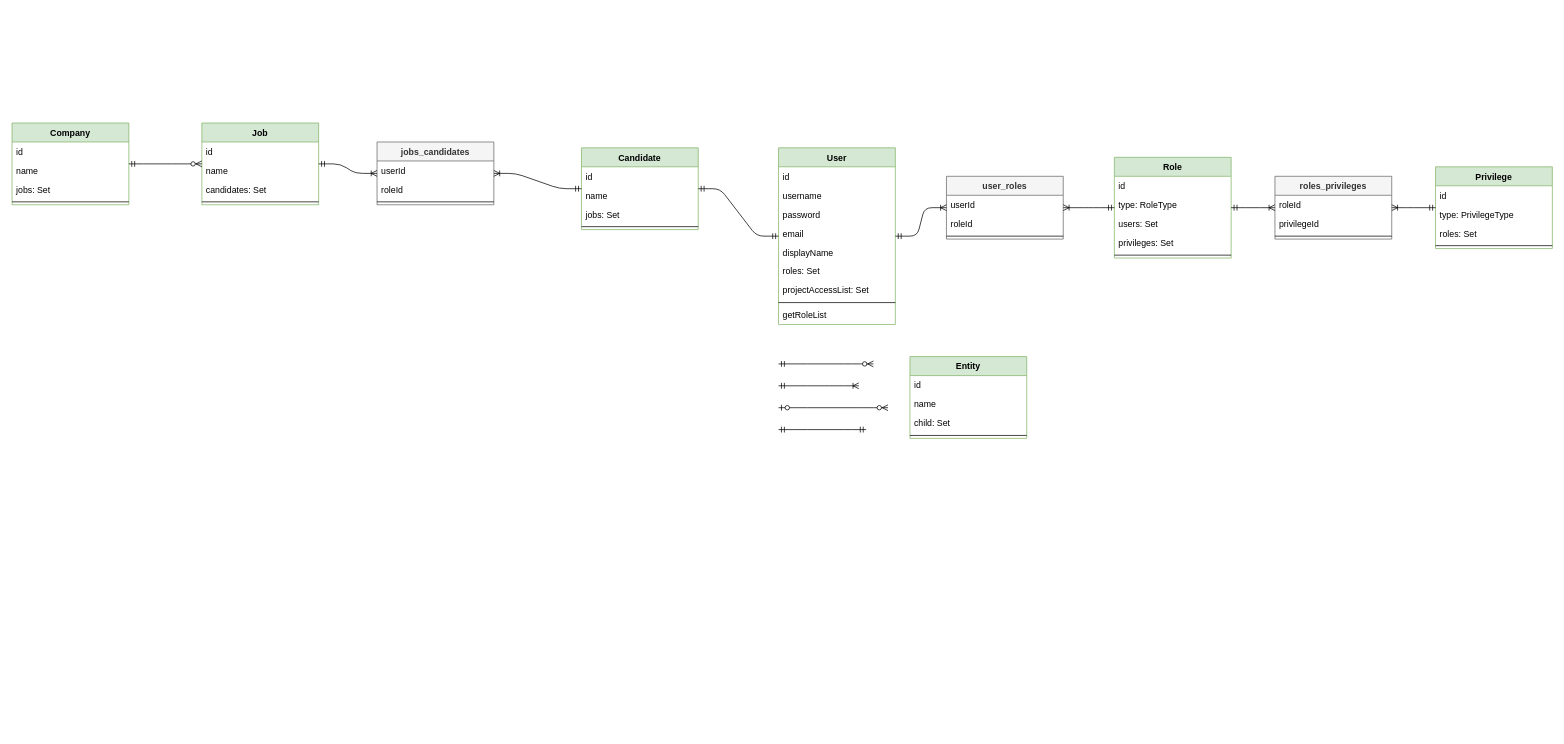
The draw.io diagram docs/3 infrastructure/database model.drawio in DavidIrm/hr-app, before the edit. Source tidied: cells renumbered, new cells numbered last; positions are measured from the earlier drawing's top-left corner, leaving out a move shared by most shapes. Both pictures are drawn from the tidied source at 73%, with x=0, y=0 at pixel (12, 123).
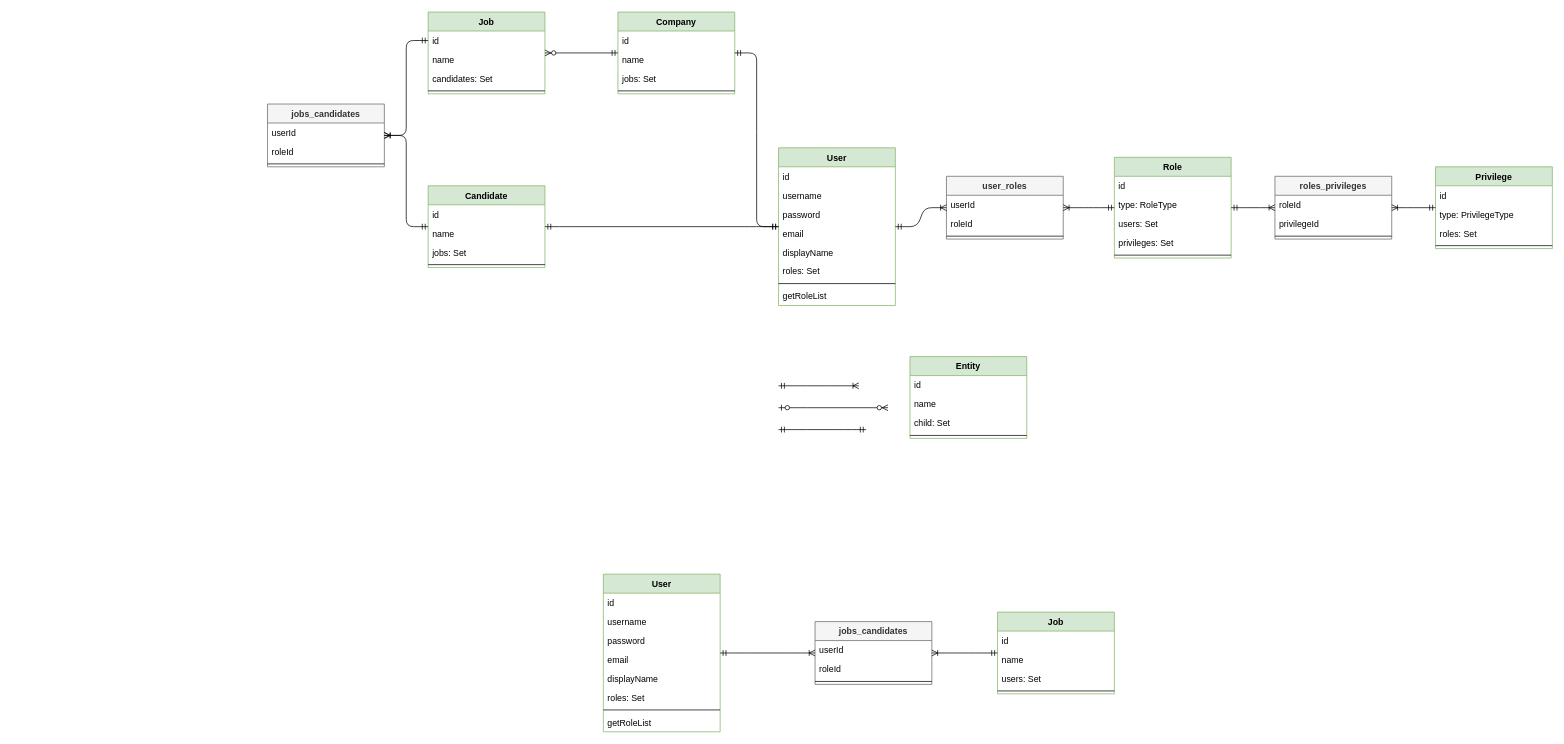
The same diagram, later.

Unchanged cells that the change refers to:
```xml
<mxCell id="39" value="id" style="text;strokeColor=none;fillColor=none;align=left;verticalAlign=top;spacingLeft=4;spacingRight=4;overflow=hidden;points=[[0,0.5],[1,0.5]];portConstraint=eastwest;" parent="38" vertex="1">
  <mxGeometry y="26" width="160" height="26" as="geometry" />
</mxCell>
```

What changed in the source:
```diff
@@
     <mxCell id="2" value="User" style="swimlane;fontStyle=1;align=center;verticalAlign=top;horizontal=1;startSize=26;fillColor=#d5e8d4;strokeColor=#82b366;" parent="1" vertex="1">
-      <mxGeometry x="1050" y="34" width="160" height="242" as="geometry" />
+      <mxGeometry x="1050" y="34" width="160" height="216" as="geometry" />
     </mxCell>
@@
-    <mxCell id="9" value="projectAccessList: Set" style="text;strokeColor=none;fillColor=none;align=left;verticalAlign=top;spacingLeft=4;spacingRight=4;overflow=hidden;" parent="2" vertex="1">
-      <mxGeometry y="182" width="160" height="26" as="geometry" />
-    </mxCell>
     <mxCell id="10" style="line;strokeWidth=1;fillColor=none;align=left;verticalAlign=middle;spacingTop=-1;spacingLeft=3;spacingRight=3;labelPosition=right;" parent="2" vertex="1">
-      <mxGeometry y="208" width="160" height="8" as="geometry" />
+      <mxGeometry y="182" width="160" height="8" as="geometry" />
     </mxCell>
     <mxCell id="11" value="getRoleList" style="text;strokeColor=none;fillColor=none;align=left;verticalAlign=top;spacingLeft=4;spacingRight=4;overflow=hidden;" parent="2" vertex="1">
-      <mxGeometry y="216" width="160" height="26" as="geometry" />
+      <mxGeometry y="190" width="160" height="26" as="geometry" />
     </mxCell>
@@
-    <mxCell id="13" style="edgeStyle=entityRelationEdgeStyle;fontSize=12;html=1;endArrow=ERzeroToMany;startArrow=ERmandOne;" parent="1" edge="1">
-      <mxGeometry relative="1" as="geometry">
-        <mxPoint x="1050" y="330" as="sourcePoint" />
-        <mxPoint x="1180" y="330" as="targetPoint" />
-      </mxGeometry>
-    </mxCell>
@@
     <mxCell id="38" value="Job" style="swimlane;fontStyle=1;align=center;verticalAlign=top;horizontal=1;startSize=26;fillColor=#d5e8d4;strokeColor=#82b366;" parent="1" vertex="1">
-      <mxGeometry x="260" width="160" height="112" as="geometry" />
+      <mxGeometry x="570" y="-152" width="160" height="112" as="geometry" />
     </mxCell>
@@
     <mxCell id="48" value="Candidate" style="swimlane;fontStyle=1;align=center;verticalAlign=top;horizontal=1;startSize=26;fillColor=#d5e8d4;strokeColor=#82b366;" parent="1" vertex="1">
-      <mxGeometry x="780" y="34" width="160" height="112" as="geometry" />
+      <mxGeometry x="570" y="86" width="160" height="112" as="geometry" />
     </mxCell>
@@
     <mxCell id="53" value="Company" style="swimlane;fontStyle=1;align=center;verticalAlign=top;horizontal=1;startSize=26;fillColor=#d5e8d4;strokeColor=#82b366;" parent="1" vertex="1">
-      <mxGeometry width="160" height="112" as="geometry" />
+      <mxGeometry x="830" y="-152" width="160" height="112" as="geometry" />
     </mxCell>
@@
     <mxCell id="59" value="jobs_candidates" style="swimlane;fontStyle=1;align=center;verticalAlign=top;horizontal=1;startSize=26;fillColor=#f5f5f5;strokeColor=#666666;fontColor=#333333;" parent="1" vertex="1">
-      <mxGeometry x="500" y="26" width="160" height="86" as="geometry" />
+      <mxGeometry x="350" y="-26" width="160" height="86" as="geometry" />
     </mxCell>
@@
-    <mxCell id="63" style="edgeStyle=entityRelationEdgeStyle;fontSize=12;html=1;endArrow=ERoneToMany;startArrow=ERmandOne;" parent="1" edge="1" source="38" target="59">
+    <mxCell id="63" style="edgeStyle=entityRelationEdgeStyle;fontSize=12;html=1;endArrow=ERoneToMany;startArrow=ERmandOne;exitX=0;exitY=0.5;exitDx=0;exitDy=0;" parent="1" edge="1" source="39" target="59">
       <mxGeometry relative="1" as="geometry" />
     </mxCell>
@@
+    <mxCell id="67" style="edgeStyle=entityRelationEdgeStyle;fontSize=12;html=1;endArrow=ERmandOne;startArrow=ERmandOne;" parent="1" edge="1" source="53" target="2">
+      <mxGeometry relative="1" as="geometry" />
+    </mxCell>
+    <mxCell id="68" value="User" style="swimlane;fontStyle=1;align=center;verticalAlign=top;horizontal=1;startSize=26;fillColor=#d5e8d4;strokeColor=#82b366;" parent="1" vertex="1">
+      <mxGeometry x="810" y="618" width="160" height="216" as="geometry" />
+    </mxCell>
+    <mxCell id="69" value="id" style="text;strokeColor=none;fillColor=none;align=left;verticalAlign=top;spacingLeft=4;spacingRight=4;overflow=hidden;" parent="68" vertex="1">
+      <mxGeometry y="26" width="160" height="26" as="geometry" />
+    </mxCell>
+    <mxCell id="70" value="username" style="text;strokeColor=none;fillColor=none;align=left;verticalAlign=top;spacingLeft=4;spacingRight=4;overflow=hidden;" parent="68" vertex="1">
+      <mxGeometry y="52" width="160" height="26" as="geometry" />
+    </mxCell>
+    <mxCell id="71" value="password" style="text;strokeColor=none;fillColor=none;align=left;verticalAlign=top;spacingLeft=4;spacingRight=4;overflow=hidden;" parent="68" vertex="1">
+      <mxGeometry y="78" width="160" height="26" as="geometry" />
+    </mxCell>
+    <mxCell id="72" value="email" style="text;strokeColor=none;fillColor=none;align=left;verticalAlign=top;spacingLeft=4;spacingRight=4;overflow=hidden;" parent="68" vertex="1">
+      <mxGeometry y="104" width="160" height="26" as="geometry" />
+    </mxCell>
+    <mxCell id="73" value="displayName" style="text;strokeColor=none;fillColor=none;align=left;verticalAlign=top;spacingLeft=4;spacingRight=4;overflow=hidden;" parent="68" vertex="1">
+      <mxGeometry y="130" width="160" height="26" as="geometry" />
+    </mxCell>
+    <mxCell id="74" value="roles: Set" style="text;strokeColor=none;fillColor=none;align=left;verticalAlign=top;spacingLeft=4;spacingRight=4;overflow=hidden;" parent="68" vertex="1">
+      <mxGeometry y="156" width="160" height="26" as="geometry" />
+    </mxCell>
+    <mxCell id="75" style="line;strokeWidth=1;fillColor=none;align=left;verticalAlign=middle;spacingTop=-1;spacingLeft=3;spacingRight=3;labelPosition=right;" parent="68" vertex="1">
+      <mxGeometry y="182" width="160" height="8" as="geometry" />
+    </mxCell>
+    <mxCell id="76" value="getRoleList" style="text;strokeColor=none;fillColor=none;align=left;verticalAlign=top;spacingLeft=4;spacingRight=4;overflow=hidden;" parent="68" vertex="1">
+      <mxGeometry y="190" width="160" height="26" as="geometry" />
+    </mxCell>
+    <mxCell id="77" value="Job" style="swimlane;fontStyle=1;align=center;verticalAlign=top;horizontal=1;startSize=26;fillColor=#d5e8d4;strokeColor=#82b366;" parent="1" vertex="1">
+      <mxGeometry x="1350" y="670" width="160" height="112" as="geometry" />
+    </mxCell>
+    <mxCell id="78" value="id" style="text;strokeColor=none;fillColor=none;align=left;verticalAlign=top;spacingLeft=4;spacingRight=4;overflow=hidden;" parent="77" vertex="1">
+      <mxGeometry y="26" width="160" height="26" as="geometry" />
+    </mxCell>
+    <mxCell id="79" value="name" style="text;strokeColor=none;fillColor=none;align=left;verticalAlign=top;spacingLeft=4;spacingRight=4;overflow=hidden;" parent="77" vertex="1">
+      <mxGeometry y="52" width="160" height="26" as="geometry" />
+    </mxCell>
+    <mxCell id="80" value="users: Set" style="text;strokeColor=none;fillColor=none;align=left;verticalAlign=top;spacingLeft=4;spacingRight=4;overflow=hidden;" parent="77" vertex="1">
+      <mxGeometry y="78" width="160" height="26" as="geometry" />
+    </mxCell>
+    <mxCell id="81" style="line;strokeWidth=1;fillColor=none;align=left;verticalAlign=middle;spacingTop=-1;spacingLeft=3;spacingRight=3;labelPosition=right;" parent="77" vertex="1">
+      <mxGeometry y="104" width="160" height="8" as="geometry" />
+    </mxCell>
+    <mxCell id="82" value="jobs_candidates" style="swimlane;fontStyle=1;align=center;verticalAlign=top;horizontal=1;startSize=26;fillColor=#f5f5f5;strokeColor=#666666;fontColor=#333333;" parent="1" vertex="1">
+      <mxGeometry x="1100" y="683" width="160" height="86" as="geometry" />
+    </mxCell>
+    <mxCell id="83" value="userId" style="text;strokeColor=none;fillColor=none;align=left;verticalAlign=top;spacingLeft=4;spacingRight=4;overflow=hidden;" parent="82" vertex="1">
+      <mxGeometry y="26" width="160" height="26" as="geometry" />
+    </mxCell>
+    <mxCell id="84" value="roleId" style="text;strokeColor=none;fillColor=none;align=left;verticalAlign=top;spacingLeft=4;spacingRight=4;overflow=hidden;" parent="82" vertex="1">
+      <mxGeometry y="52" width="160" height="26" as="geometry" />
+    </mxCell>
+    <mxCell id="85" style="line;strokeWidth=1;fillColor=none;align=left;verticalAlign=middle;spacingTop=-1;spacingLeft=3;spacingRight=3;labelPosition=right;" parent="82" vertex="1">
+      <mxGeometry y="78" width="160" height="8" as="geometry" />
+    </mxCell>
+    <mxCell id="86" style="edgeStyle=entityRelationEdgeStyle;fontSize=12;html=1;endArrow=ERoneToMany;startArrow=ERmandOne;" parent="1" edge="1" source="68" target="82">
+      <mxGeometry relative="1" as="geometry" />
+    </mxCell>
+    <mxCell id="87" style="edgeStyle=entityRelationEdgeStyle;fontSize=12;html=1;endArrow=ERoneToMany;startArrow=ERmandOne;" parent="1" edge="1" source="77" target="82">
+      <mxGeometry relative="1" as="geometry" />
+    </mxCell>
```
